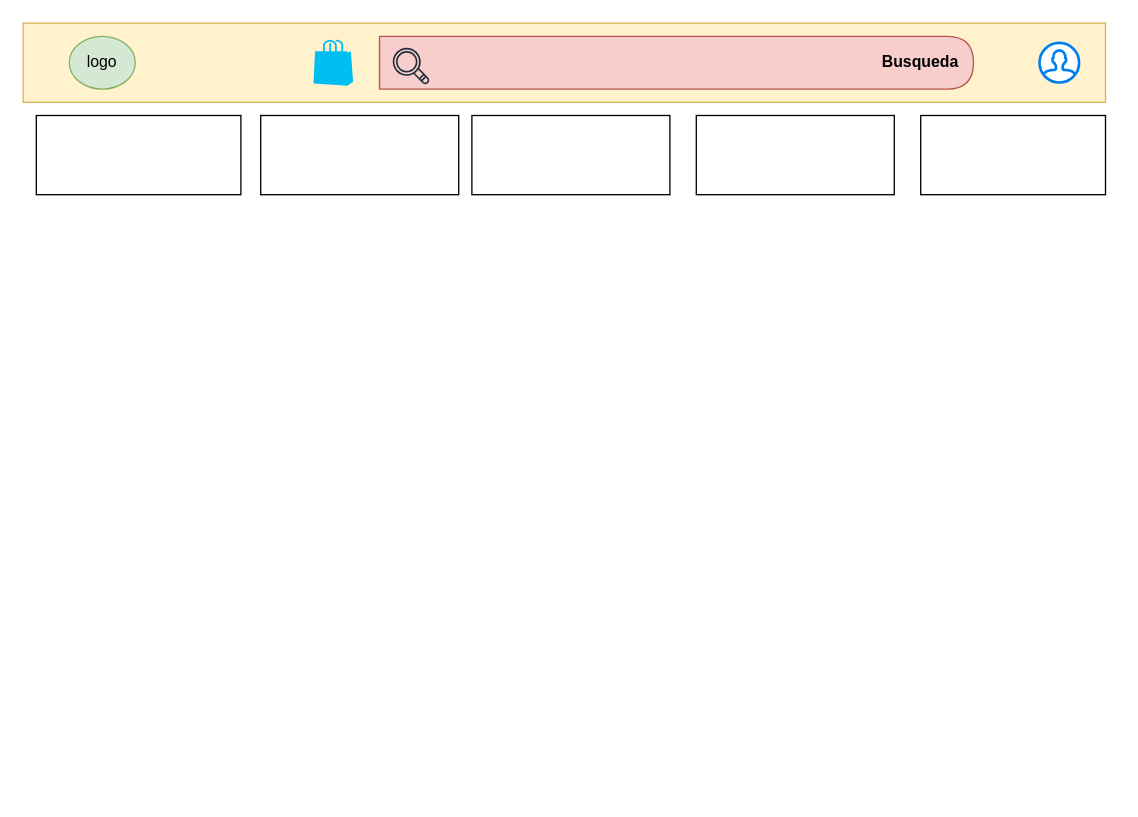
Before: page "Página-1" (1 of 2) of Diagrama sin título.drawio in donGGxd/grupo-7-sprint1, a draw.io diagram. Source tidied: cells renumbered, new cells numbered last; positions are measured from the earlier drawing's top-left corner, leaving out a move shared by most shapes. Both pictures are drawn from the tidied source at 132%, with x=0, y=0 at pixel (22, 22).
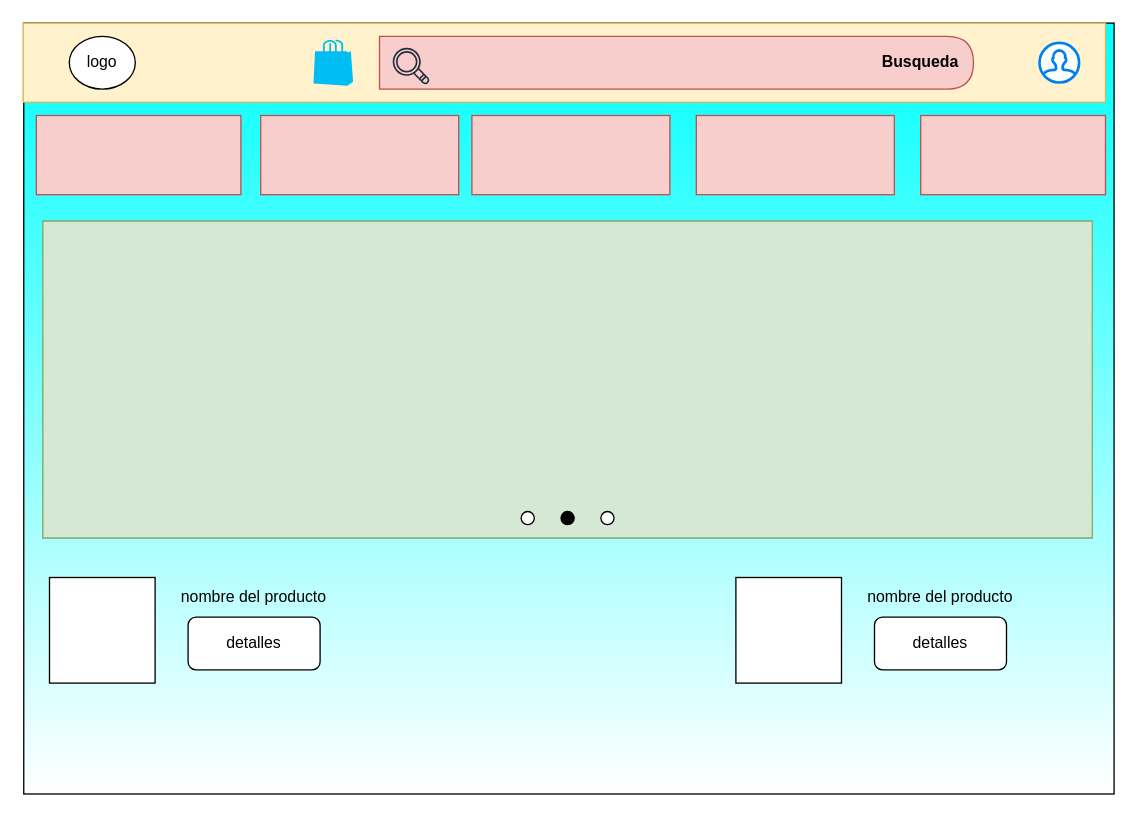
Above is the later version.

Change to the diagram source:
```diff
@@
+    <mxCell id="15" style="group;" parent="1" vertex="1">
+      <mxGeometry width="826.5" height="584" as="geometry" />
+    </mxCell>
+    <mxCell id="16" style="rounded=0;whiteSpace=wrap;html=1;gradientColor=#00FFFF;gradientDirection=north;" parent="15" vertex="1">
+      <mxGeometry x="0.5" width="826" height="584" as="geometry" />
+    </mxCell>
-    <mxCell id="2" style="group;perimeterSpacing=1;" parent="1" vertex="1">
+    <mxCell id="2" style="group;perimeterSpacing=1;" parent="15" vertex="1">
       <mxGeometry width="820" height="130" as="geometry" />
     </mxCell>
@@
-    <mxCell id="4" value="logo" style="ellipse;whiteSpace=wrap;html=1;align=center;fillColor=#d5e8d4;strokeColor=#82b366;" parent="2" vertex="1">
+    <mxCell id="4" value="logo" style="ellipse;whiteSpace=wrap;html=1;align=center;" parent="2" vertex="1">
       <mxGeometry x="35" y="10" width="50" height="40" as="geometry" />
     </mxCell>
@@
+    <mxCell id="17" style="group;" parent="2" vertex="1">
+      <mxGeometry x="10" y="70" width="810" height="60" as="geometry" />
+    </mxCell>
-    <mxCell id="10" style="rounded=0;whiteSpace=wrap;html=1;imageAspect=1;absoluteArcSize=0;strokeColor=default;" parent="2" vertex="1">
-      <mxGeometry x="680" y="70" width="140" height="60" as="geometry" />
+    <mxCell id="10" style="rounded=0;whiteSpace=wrap;html=1;imageAspect=1;absoluteArcSize=0;strokeColor=#b85450;fillColor=#f8cecc;" parent="17" vertex="1">
+      <mxGeometry x="670" width="140" height="60" as="geometry" />
     </mxCell>
-    <mxCell id="11" style="rounded=0;whiteSpace=wrap;html=1;" parent="2" vertex="1">
-      <mxGeometry x="510" y="70" width="150" height="60" as="geometry" />
+    <mxCell id="11" style="rounded=0;whiteSpace=wrap;html=1;fillColor=#f8cecc;strokeColor=#b85450;" parent="17" vertex="1">
+      <mxGeometry x="500" width="150" height="60" as="geometry" />
     </mxCell>
-    <mxCell id="12" style="rounded=0;whiteSpace=wrap;html=1;" parent="2" vertex="1">
-      <mxGeometry x="180" y="70" width="150" height="60" as="geometry" />
+    <mxCell id="12" style="rounded=0;whiteSpace=wrap;html=1;fillColor=#f8cecc;strokeColor=#b85450;" parent="17" vertex="1">
+      <mxGeometry x="170" width="150" height="60" as="geometry" />
     </mxCell>
-    <mxCell id="13" style="rounded=0;whiteSpace=wrap;html=1;" parent="2" vertex="1">
-      <mxGeometry x="340" y="70" width="150" height="60" as="geometry" />
+    <mxCell id="13" style="rounded=0;whiteSpace=wrap;html=1;fillColor=#f8cecc;strokeColor=#b85450;" parent="17" vertex="1">
+      <mxGeometry x="330" width="150" height="60" as="geometry" />
     </mxCell>
-    <mxCell id="14" style="rounded=0;whiteSpace=wrap;html=1;gradientColor=none;strokeWidth=1;perimeterSpacing=0;imageAspect=0;backgroundOutline=0;comic=0;enumerate=0;noLabel=0;strokeOpacity=100;fillOpacity=100;overflow=visible;direction=west;imageHeight=24;absoluteArcSize=1;" parent="2" vertex="1">
-      <mxGeometry x="10" y="70" width="155" height="60" as="geometry" />
+    <mxCell id="14" style="rounded=0;whiteSpace=wrap;html=1;strokeWidth=1;perimeterSpacing=0;imageAspect=0;backgroundOutline=0;comic=0;enumerate=0;noLabel=0;strokeOpacity=100;fillOpacity=100;overflow=visible;direction=west;imageHeight=24;absoluteArcSize=1;fillColor=#f8cecc;strokeColor=#b85450;" parent="17" vertex="1">
+      <mxGeometry width="155" height="60" as="geometry" />
     </mxCell>
+    <mxCell id="18" style="group;fillColor=#dae8fc;strokeColor=#6c8ebf;" parent="15" vertex="1">
+      <mxGeometry x="15" y="150" width="795" height="240" as="geometry" />
+    </mxCell>
+    <mxCell id="19" style="rounded=0;whiteSpace=wrap;html=1;fillColor=#d5e8d4;strokeColor=#82b366;" parent="18" vertex="1">
+      <mxGeometry width="795" height="240" as="geometry" />
+    </mxCell>
+    <mxCell id="20" style="ellipse;whiteSpace=wrap;html=1;" parent="18" vertex="1">
+      <mxGeometry x="362.3" y="220" width="10" height="10" as="geometry" />
+    </mxCell>
+    <mxCell id="21" style="ellipse;whiteSpace=wrap;html=1;" parent="18" vertex="1">
+      <mxGeometry x="422.7" y="220" width="10" height="10" as="geometry" />
+    </mxCell>
+    <mxCell id="22" style="ellipse;whiteSpace=wrap;html=1;fillColor=#000000;" parent="18" vertex="1">
+      <mxGeometry x="392.5" y="220" width="10" height="10" as="geometry" />
+    </mxCell>
+    <mxCell id="23" style="group;" parent="15" vertex="1">
+      <mxGeometry x="20" y="420" width="220" height="80" as="geometry" />
+    </mxCell>
+    <mxCell id="24" style="whiteSpace=wrap;html=1;" parent="23" vertex="1">
+      <mxGeometry width="80" height="80" as="geometry" />
+    </mxCell>
+    <mxCell id="25" value="nombre del producto" style="text;html=1;strokeColor=none;fillColor=none;align=center;verticalAlign=middle;whiteSpace=wrap;rounded=0;" parent="23" vertex="1">
+      <mxGeometry x="90" width="130" height="30" as="geometry" />
+    </mxCell>
+    <mxCell id="26" value="detalles" style="rounded=1;whiteSpace=wrap;html=1;" parent="23" vertex="1">
+      <mxGeometry x="105" y="30" width="100" height="40" as="geometry" />
+    </mxCell>
+    <mxCell id="27" style="group;" parent="15" vertex="1">
+      <mxGeometry x="540" y="420" width="220" height="80" as="geometry" />
+    </mxCell>
+    <mxCell id="28" style="whiteSpace=wrap;html=1;" parent="27" vertex="1">
+      <mxGeometry width="80" height="80" as="geometry" />
+    </mxCell>
+    <mxCell id="29" value="nombre del producto" style="text;html=1;strokeColor=none;fillColor=none;align=center;verticalAlign=middle;whiteSpace=wrap;rounded=0;" parent="27" vertex="1">
+      <mxGeometry x="90" width="130" height="30" as="geometry" />
+    </mxCell>
+    <mxCell id="30" value="detalles" style="rounded=1;whiteSpace=wrap;html=1;" parent="27" vertex="1">
+      <mxGeometry x="105" y="30" width="100" height="40" as="geometry" />
+    </mxCell>
```
